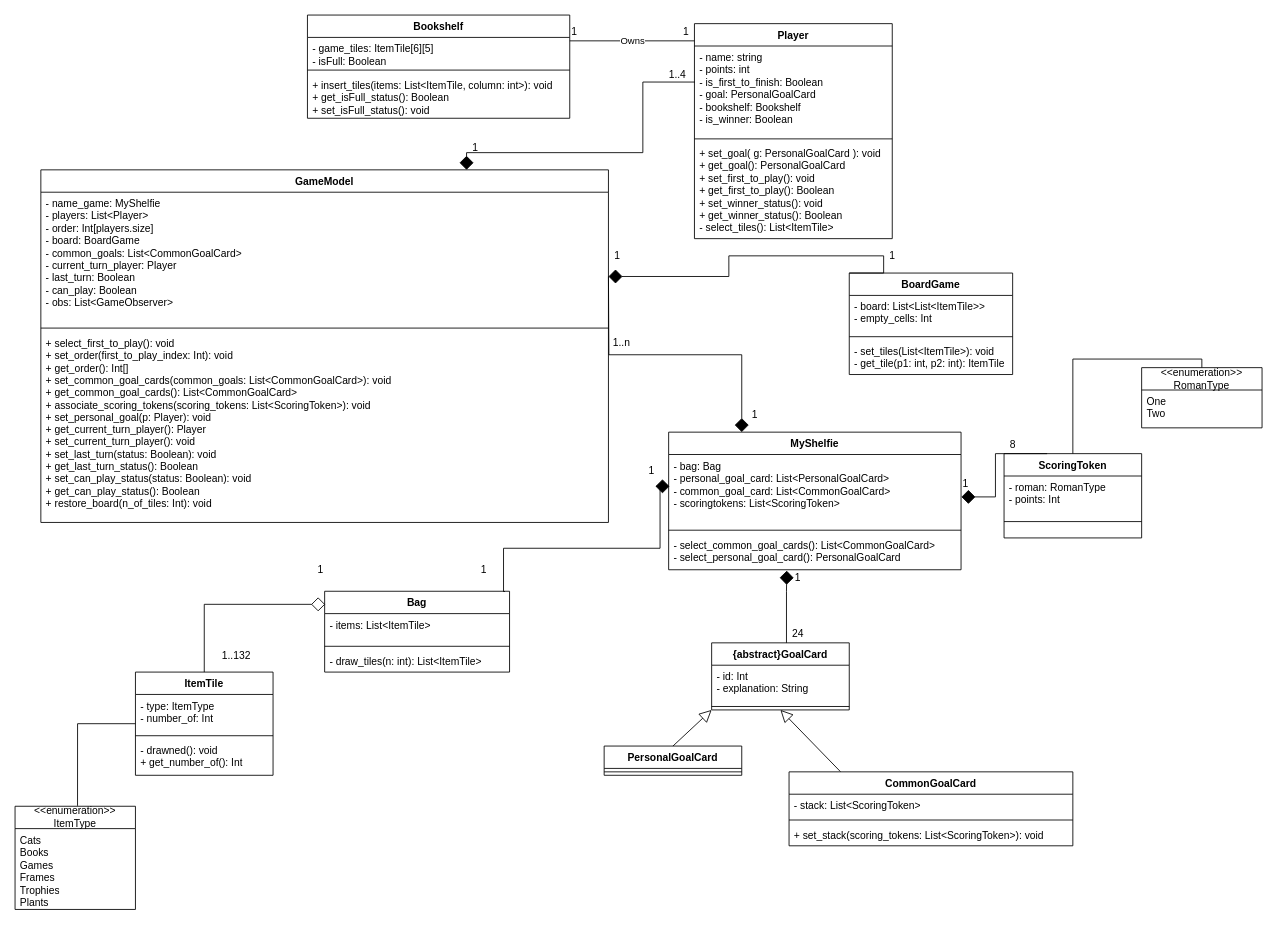
andbna10/ing-sw-2023-Gentile-Gangi-Grandi-Isgro keeps this draw.io diagram as classdiagram.drawio. Above is the earlier version. Source tidied: cells renumbered, new cells numbered last; positions are measured from the earlier drawing's top-left corner, leaving out a move shared by most shapes. Both pictures are drawn from the tidied source at 86%, with x=0, y=0 at pixel (15, 15).
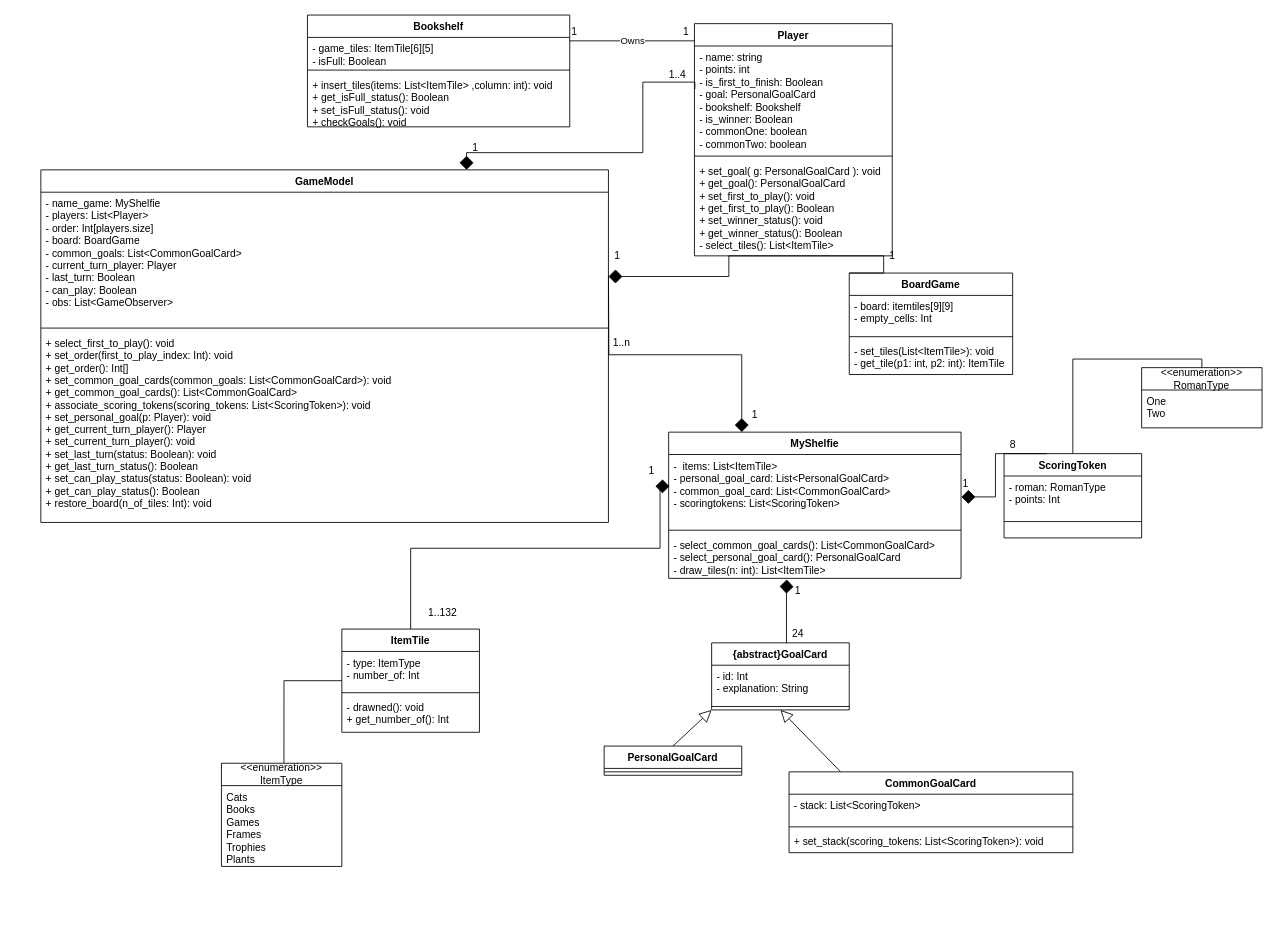
Above is the later version.

Commit message (it also covers changes not shown here):
UML DIAGRAM UPDATED

Unchanged cells that the change refers to:
```xml
<mxCell id="10" value="BoardGame" style="swimlane;fontStyle=1;align=center;verticalAlign=top;horizontal=1;startSize=26;whiteSpace=wrap;html=1;" parent="1" vertex="1">
  <mxGeometry x="970" y="300" width="190" height="118" as="geometry" />
</mxCell>
```

The edit, as a diff of the source:
```diff
@@
     <mxCell id="6" value="Player" style="swimlane;fontStyle=1;align=center;verticalAlign=top;horizontal=1;startSize=26;whiteSpace=wrap;html=1;" parent="1" vertex="1">
-      <mxGeometry x="790" y="10" width="230" height="250" as="geometry" />
+      <mxGeometry x="790" y="10" width="230" height="270" as="geometry" />
     </mxCell>
-    <mxCell id="7" value="- name: string&lt;br&gt;- points: int&lt;br&gt;- is_first_to_finish: Boolean&lt;br&gt;- goal: PersonalGoalCard&lt;br&gt;- bookshelf: Bookshelf&lt;br&gt;- is_winner: Boolean" style="text;strokeColor=none;fillColor=none;align=left;verticalAlign=top;spacingLeft=4;spacingRight=4;overflow=hidden;points=[[0,0.5],[1,0.5]];portConstraint=eastwest;whiteSpace=wrap;html=1;" parent="6" vertex="1">
-      <mxGeometry y="26" width="230" height="104" as="geometry" />
+    <mxCell id="7" value="- name: string&lt;br&gt;- points: int&lt;br&gt;- is_first_to_finish: Boolean&lt;br&gt;- goal: PersonalGoalCard&lt;br&gt;- bookshelf: Bookshelf&lt;br&gt;- is_winner: Boolean&lt;br&gt;- commonOne: boolean&lt;br&gt;- commonTwo: boolean" style="text;strokeColor=none;fillColor=none;align=left;verticalAlign=top;spacingLeft=4;spacingRight=4;overflow=hidden;points=[[0,0.5],[1,0.5]];portConstraint=eastwest;whiteSpace=wrap;html=1;" parent="6" vertex="1">
+      <mxGeometry y="26" width="230" height="124" as="geometry" />
     </mxCell>
     <mxCell id="8" style="line;strokeWidth=1;fillColor=none;align=left;verticalAlign=middle;spacingTop=-1;spacingLeft=3;spacingRight=3;labelPosition=right;strokeColor=inherit;" parent="6" vertex="1">
-      <mxGeometry y="130" width="230" height="8" as="geometry" />
+      <mxGeometry y="150" width="230" height="8" as="geometry" />
     </mxCell>
     <mxCell id="9" value="+ set_goal( g: PersonalGoalCard ): void&lt;br&gt;+ get_goal(): PersonalGoalCard&lt;br&gt;+ set_first_to_play(): void&lt;br&gt;+ get_first_to_play(): Boolean&lt;br&gt;+ set_winner_status(): void&lt;br&gt;+ get_winner_status(): Boolean&lt;br&gt;- select_tiles(): List&amp;lt;ItemTile&amp;gt;" style="text;strokeColor=none;fillColor=none;align=left;verticalAlign=top;spacingLeft=4;spacingRight=4;overflow=hidden;whiteSpace=wrap;html=1;" parent="6" vertex="1">
-      <mxGeometry y="138" width="230" height="112" as="geometry" />
+      <mxGeometry y="158" width="230" height="112" as="geometry" />
     </mxCell>
@@
-    <mxCell id="11" value="- board: List&amp;lt;List&amp;lt;ItemTile&amp;gt;&amp;gt;&lt;br&gt;- empty_cells: Int" style="text;strokeColor=none;fillColor=none;align=left;verticalAlign=top;spacingLeft=4;spacingRight=4;overflow=hidden;whiteSpace=wrap;html=1;" parent="10" vertex="1">
+    <mxCell id="11" value="- board: itemtiles[9][9]&lt;br&gt;- empty_cells: Int" style="text;strokeColor=none;fillColor=none;align=left;verticalAlign=top;spacingLeft=4;spacingRight=4;overflow=hidden;whiteSpace=wrap;html=1;" parent="10" vertex="1">
       <mxGeometry y="26" width="190" height="44" as="geometry" />
     </mxCell>
@@
     <mxCell id="15" value="&amp;lt;&amp;lt;enumeration&amp;gt;&amp;gt;&lt;br&gt;ItemType" style="swimlane;fontStyle=0;horizontal=1;startSize=26;fillColor=none;whiteSpace=wrap;html=1;" parent="1" vertex="1">
-      <mxGeometry y="920" width="140" height="120" as="geometry" />
+      <mxGeometry x="240" y="870" width="140" height="120" as="geometry" />
     </mxCell>
@@
-    <mxCell id="17" value="Bag" style="swimlane;fontStyle=1;align=center;verticalAlign=top;horizontal=1;startSize=26;whiteSpace=wrap;html=1;" parent="1" vertex="1">
-      <mxGeometry x="360" y="670" width="215" height="94" as="geometry" />
-    </mxCell>
-    <mxCell id="18" value="- items: List&amp;lt;ItemTile&amp;gt;" style="text;strokeColor=none;fillColor=none;align=left;verticalAlign=top;spacingLeft=4;spacingRight=4;overflow=hidden;whiteSpace=wrap;html=1;" parent="17" vertex="1">
-      <mxGeometry y="26" width="215" height="34" as="geometry" />
-    </mxCell>
-    <mxCell id="19" style="line;strokeWidth=1;fillColor=none;align=left;verticalAlign=middle;spacingTop=-1;spacingLeft=3;spacingRight=3;labelPosition=right;strokeColor=inherit;" parent="17" vertex="1">
-      <mxGeometry y="60" width="215" height="8" as="geometry" />
-    </mxCell>
-    <mxCell id="20" value="- draw_tiles(n: int): List&amp;lt;ItemTile&amp;gt;" style="text;strokeColor=none;fillColor=none;align=left;verticalAlign=top;spacingLeft=4;spacingRight=4;overflow=hidden;whiteSpace=wrap;html=1;" parent="17" vertex="1">
-      <mxGeometry y="68" width="215" height="26" as="geometry" />
-    </mxCell>
@@
     <mxCell id="31" value="MyShelfie" style="swimlane;fontStyle=1;align=center;verticalAlign=top;horizontal=1;startSize=26;whiteSpace=wrap;html=1;" parent="1" vertex="1">
-      <mxGeometry x="760" y="485" width="340" height="160" as="geometry" />
+      <mxGeometry x="760" y="485" width="340" height="170" as="geometry" />
     </mxCell>
-    <mxCell id="32" value="- bag: Bag&lt;br&gt;- personal_goal_card: List&amp;lt;PersonalGoalCard&amp;gt;&lt;br&gt;- common_goal_card: List&amp;lt;CommonGoalCard&amp;gt;&lt;br&gt;- scoringtokens: List&amp;lt;ScoringToken&amp;gt;" style="text;strokeColor=none;fillColor=none;align=left;verticalAlign=top;spacingLeft=4;spacingRight=4;overflow=hidden;points=[[0,0.5],[1,0.5]];portConstraint=eastwest;whiteSpace=wrap;html=1;" parent="31" vertex="1">
+    <mxCell id="32" value="-&amp;nbsp; items: List&amp;lt;ItemTile&amp;gt;&lt;br&gt;- personal_goal_card: List&amp;lt;PersonalGoalCard&amp;gt;&lt;br&gt;- common_goal_card: List&amp;lt;CommonGoalCard&amp;gt;&lt;br&gt;- scoringtokens: List&amp;lt;ScoringToken&amp;gt;" style="text;strokeColor=none;fillColor=none;align=left;verticalAlign=top;spacingLeft=4;spacingRight=4;overflow=hidden;points=[[0,0.5],[1,0.5]];portConstraint=eastwest;whiteSpace=wrap;html=1;" parent="31" vertex="1">
       <mxGeometry y="26" width="340" height="84" as="geometry" />
     </mxCell>
@@
-    <mxCell id="34" value="- select_common_goal_cards(): List&amp;lt;CommonGoalCard&amp;gt;&lt;br&gt;- select_personal_goal_card(): PersonalGoalCard" style="text;strokeColor=none;fillColor=none;align=left;verticalAlign=top;spacingLeft=4;spacingRight=4;overflow=hidden;points=[[0,0.5],[1,0.5]];portConstraint=eastwest;whiteSpace=wrap;html=1;" parent="31" vertex="1">
-      <mxGeometry y="118" width="340" height="42" as="geometry" />
+    <mxCell id="34" value="- select_common_goal_cards(): List&amp;lt;CommonGoalCard&amp;gt;&lt;br&gt;- select_personal_goal_card(): PersonalGoalCard&lt;br&gt;- draw_tiles(n: int): List&amp;lt;ItemTile&amp;gt;" style="text;strokeColor=none;fillColor=none;align=left;verticalAlign=top;spacingLeft=4;spacingRight=4;overflow=hidden;points=[[0,0.5],[1,0.5]];portConstraint=eastwest;whiteSpace=wrap;html=1;" parent="31" vertex="1">
+      <mxGeometry y="118" width="340" height="52" as="geometry" />
     </mxCell>
@@
     <mxCell id="38" value="Bookshelf" style="swimlane;fontStyle=1;align=center;verticalAlign=top;horizontal=1;startSize=26;whiteSpace=wrap;html=1;" parent="1" vertex="1">
-      <mxGeometry x="340" width="305" height="120" as="geometry" />
+      <mxGeometry x="340" width="305" height="130" as="geometry" />
     </mxCell>
@@
-    <mxCell id="41" value="+ insert_tiles(items: List&amp;lt;ItemTile, column: int&amp;gt;): void&lt;br&gt;+ get_isFull_status(): Boolean&lt;br&gt;+ set_isFull_status(): void" style="text;strokeColor=none;fillColor=none;align=left;verticalAlign=top;spacingLeft=4;spacingRight=4;overflow=hidden;whiteSpace=wrap;html=1;" parent="38" vertex="1">
-      <mxGeometry y="68" width="305" height="52" as="geometry" />
+    <mxCell id="41" value="+ insert_tiles(items: List&amp;lt;ItemTile&amp;gt; ,column: int): void&lt;br&gt;+ get_isFull_status(): Boolean&lt;br&gt;+ set_isFull_status(): void&lt;br&gt;+ checkGoals(): void&lt;br&gt;" style="text;strokeColor=none;fillColor=none;align=left;verticalAlign=top;spacingLeft=4;spacingRight=4;overflow=hidden;whiteSpace=wrap;html=1;" parent="38" vertex="1">
+      <mxGeometry y="68" width="305" height="62" as="geometry" />
     </mxCell>
@@
     <mxCell id="51" value="ItemTile" style="swimlane;fontStyle=1;align=center;verticalAlign=top;horizontal=1;startSize=26;whiteSpace=wrap;html=1;" parent="1" vertex="1">
-      <mxGeometry x="140" y="764" width="160" height="120" as="geometry" />
+      <mxGeometry x="380" y="714" width="160" height="120" as="geometry" />
     </mxCell>
@@
-    <mxCell id="55" style="endArrow=none;html=1;endSize=12;startArrow=diamond;startSize=14;startFill=1;edgeStyle=orthogonalEdgeStyle;align=left;verticalAlign=bottom;rounded=0;exitX=0.003;exitY=0.441;exitDx=0;exitDy=0;endFill=0;exitPerimeter=0;entryX=0.975;entryY=0.003;entryDx=0;entryDy=0;entryPerimeter=0;" parent="1" edge="1" source="32" target="17">
+    <mxCell id="55" style="endArrow=none;html=1;endSize=12;startArrow=diamond;startSize=14;startFill=1;edgeStyle=orthogonalEdgeStyle;align=left;verticalAlign=bottom;rounded=0;exitX=0.003;exitY=0.441;exitDx=0;exitDy=0;endFill=0;exitPerimeter=0;entryX=0.5;entryY=0;entryDx=0;entryDy=0;" parent="1" edge="1" source="32" target="51">
       <mxGeometry x="-0.91" y="-35" relative="1" as="geometry">
         <Array as="points">
           <mxPoint x="750" y="548" />
           <mxPoint x="750" y="620" />
-          <mxPoint x="568" y="620" />
-          <mxPoint x="568" y="670" />
+          <mxPoint x="460" y="620" />
         </Array>
       </mxGeometry>
     </mxCell>
-    <mxCell id="56" value="1" style="text;html=1;align=center;verticalAlign=middle;strokeColor=none;fillColor=none;" parent="1" vertex="1">
-      <mxGeometry x="530" y="630" width="30" height="30" as="geometry" />
-    </mxCell>
@@
-    <mxCell id="58" style="endArrow=none;html=1;endSize=12;startArrow=diamond;startSize=14;startFill=0;edgeStyle=orthogonalEdgeStyle;align=left;verticalAlign=bottom;rounded=0;exitX=0.003;exitY=0.162;exitDx=0;exitDy=0;endFill=0;exitPerimeter=0;entryX=0.5;entryY=0;entryDx=0;entryDy=0;" parent="1" edge="1" source="17" target="51">
-      <mxGeometry x="-0.91" y="-35" relative="1" as="geometry" />
-    </mxCell>
     <mxCell id="59" value="1..132" style="text;html=1;align=center;verticalAlign=middle;strokeColor=none;fillColor=none;" parent="1" vertex="1">
-      <mxGeometry x="227" y="730" width="60" height="30" as="geometry" />
+      <mxGeometry x="467" y="680" width="60" height="30" as="geometry" />
     </mxCell>
-    <mxCell id="60" value="1" style="text;html=1;align=center;verticalAlign=middle;strokeColor=none;fillColor=none;" parent="1" vertex="1">
-      <mxGeometry x="340" y="630" width="30" height="30" as="geometry" />
-    </mxCell>
@@
     <mxCell id="63" value="1" style="text;html=1;align=center;verticalAlign=middle;strokeColor=none;fillColor=none;" parent="1" vertex="1">
-      <mxGeometry x="895" y="640" width="30" height="30" as="geometry" />
+      <mxGeometry x="895" y="655" width="30" height="30" as="geometry" />
     </mxCell>
@@
     <mxCell id="67" value="CommonGoalCard" style="swimlane;fontStyle=1;align=center;verticalAlign=top;horizontal=1;startSize=26;whiteSpace=wrap;html=1;" parent="1" vertex="1">
-      <mxGeometry x="900" y="880" width="330" height="86" as="geometry" />
+      <mxGeometry x="900" y="880" width="330" height="94" as="geometry" />
     </mxCell>
-    <mxCell id="68" value="- stack: List&amp;lt;ScoringToken&amp;gt;" style="text;strokeColor=none;fillColor=none;align=left;verticalAlign=top;spacingLeft=4;spacingRight=4;overflow=hidden;whiteSpace=wrap;html=1;" parent="67" vertex="1">
-      <mxGeometry y="26" width="330" height="26" as="geometry" />
+    <mxCell id="68" value="- stack: List&amp;lt;ScoringToken&amp;gt;&lt;br&gt;" style="text;strokeColor=none;fillColor=none;align=left;verticalAlign=top;spacingLeft=4;spacingRight=4;overflow=hidden;whiteSpace=wrap;html=1;" parent="67" vertex="1">
+      <mxGeometry y="26" width="330" height="34" as="geometry" />
     </mxCell>
     <mxCell id="69" style="line;strokeWidth=1;fillColor=none;align=left;verticalAlign=middle;spacingTop=-1;spacingLeft=3;spacingRight=3;labelPosition=right;strokeColor=inherit;" parent="67" vertex="1">
-      <mxGeometry y="52" width="330" height="8" as="geometry" />
+      <mxGeometry y="60" width="330" height="8" as="geometry" />
     </mxCell>
     <mxCell id="70" value="+ set_stack(scoring_tokens: List&amp;lt;ScoringToken&amp;gt;): void" style="text;strokeColor=none;fillColor=none;align=left;verticalAlign=top;spacingLeft=4;spacingRight=4;overflow=hidden;whiteSpace=wrap;html=1;" parent="67" vertex="1">
-      <mxGeometry y="60" width="330" height="26" as="geometry" />
+      <mxGeometry y="68" width="330" height="26" as="geometry" />
     </mxCell>
```
